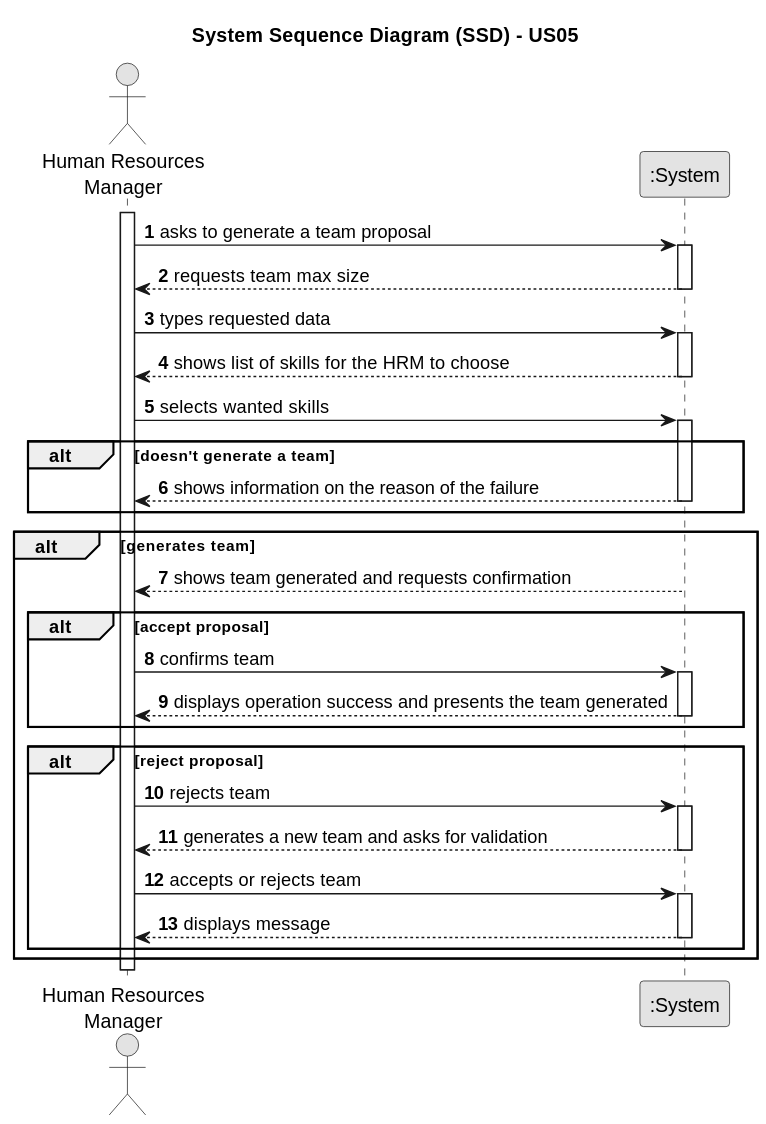
Before: docs/sprintB/us05/01.requirements-engineering/svg/us05-system-sequence-diagram.svg, a diagram exported from PlantUML (Paulo-Pereira-at-ISEP/lei-24-s2-1nanb-g321).
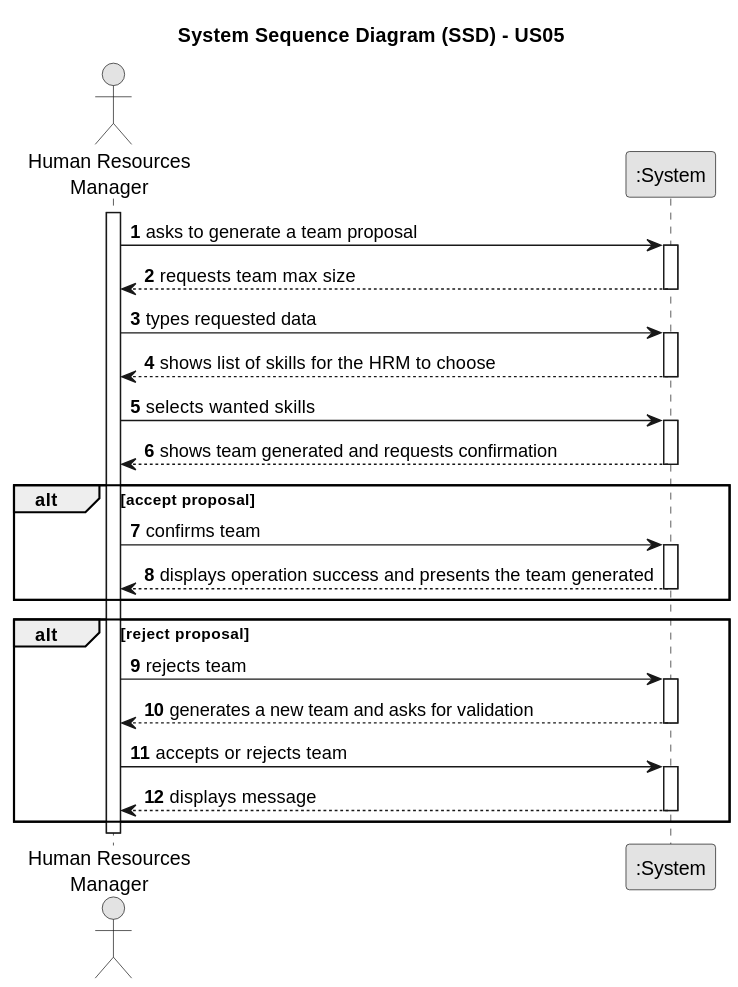
After the commit.

The edit, as a diff of the source:
```diff
@@ -27,16 +27,6 @@
     Employee -> System : selects wanted skills
         activate System
 
-
-    alt doesn't generate a team
-
-        System --> Employee : shows information on the reason of the failure
-            deactivate System
-
-    end
-
-    alt generates team
-
     System --> Employee : shows team generated and requests confirmation
         deactivate System
 
@@ -64,6 +54,4 @@
         deactivate System
 
     end
-
-    end
 @enduml
```
